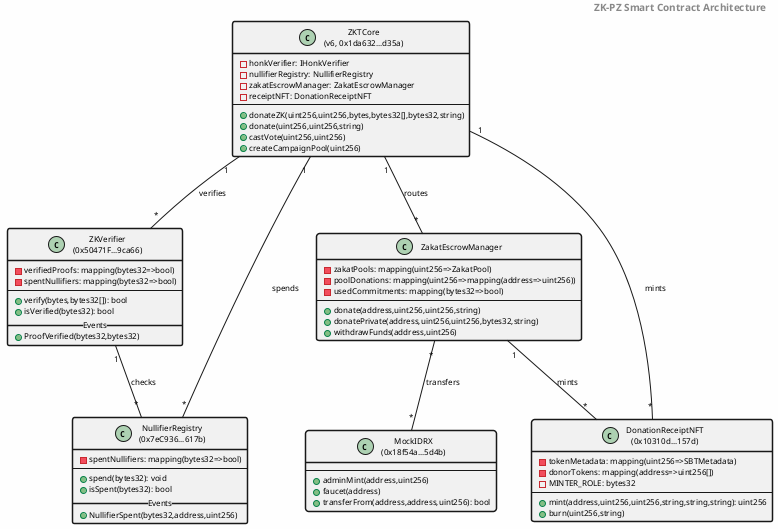
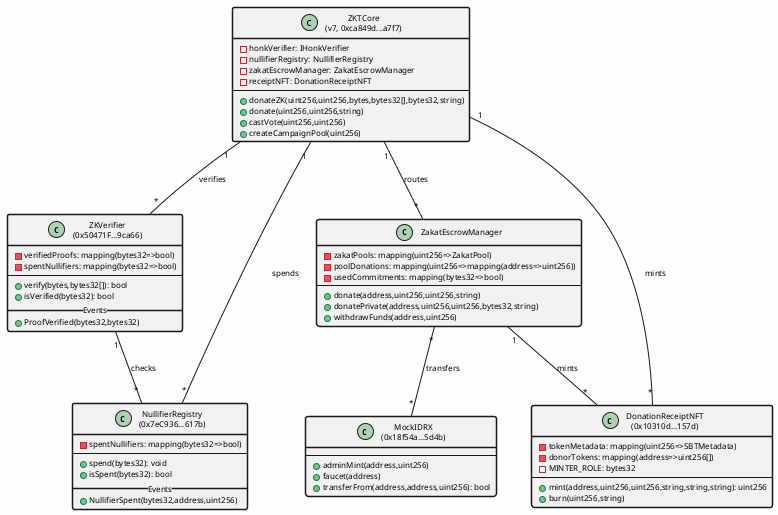
@startuml
skinparam backgroundColor #FEFEFE
skinparam shadowing false
skinparam defaultFontName Times-Roman
skinparam defaultFontSize 8
skinparam classBorderThickness 1.5

- header <b>ZK-PZ Smart Contract Architecture</b>

- class "ZKTCore\n(v6, 0x1da632...d35a)" as ZKTCore {
+ class "ZKTCore\n(v7, 0xca849d...a7f7)" as ZKTCore {
  - honkVerifier: IHonkVerifier
  - nullifierRegistry: NullifierRegistry
  - zakatEscrowManager: ZakatEscrowManager
  - receiptNFT: DonationReceiptNFT
  --
  + donateZK(uint256,uint256,bytes,bytes32[],bytes32,string)
  + donate(uint256,uint256,string)
  + castVote(uint256,uint256)
  + createCampaignPool(uint256)
}

class "ZKVerifier\n(0x50471F...9ca66)" as ZKVerifier {
  - verifiedProofs: mapping(bytes32=>bool)
  - spentNullifiers: mapping(bytes32=>bool)
  --
  + verify(bytes,bytes32[]): bool
  + isVerified(bytes32): bool
  __Events__
  + ProofVerified(bytes32,bytes32)
}

class "NullifierRegistry\n(0x7eC936...617b)" as NullifierRegistry {
  - spentNullifiers: mapping(bytes32=>bool)
  --
  + spend(bytes32): void
  + isSpent(bytes32): bool
  __Events__
  + NullifierSpent(bytes32,address,uint256)
}

class ZakatEscrowManager {
  - zakatPools: mapping(uint256=>ZakatPool)
  - poolDonations: mapping(uint256=>mapping(address=>uint256))
  - usedCommitments: mapping(bytes32=>bool)
  --
  + donate(address,uint256,uint256,string)
  + donatePrivate(address,uint256,uint256,bytes32,string)
  + withdrawFunds(address,uint256)
}

class "DonationReceiptNFT\n(0x10310d...157d)" as DonationReceiptNFT {
  - tokenMetadata: mapping(uint256=>SBTMetadata)
  - donorTokens: mapping(address=>uint256[])
  - MINTER_ROLE: bytes32
  --
  + mint(address,uint256,uint256,string,string,string): uint256
  + burn(uint256,string)
}

class "MockIDRX\n(0x18f54a...5d4b)" as MockIDRX {
  --
  + adminMint(address,uint256)
  + faucet(address)
  + transferFrom(address,address,uint256): bool
}

ZKTCore "1" -- "*" ZKVerifier : verifies
ZKTCore "1" -- "*" NullifierRegistry : spends
ZKTCore "1" -- "*" ZakatEscrowManager : routes
ZKTCore "1" -- "*" DonationReceiptNFT : mints
ZakatEscrowManager "*" -- "*" MockIDRX : transfers
ZakatEscrowManager "1" -- "*" DonationReceiptNFT : mints
ZKVerifier "1" -- "*" NullifierRegistry : checks

@enduml
